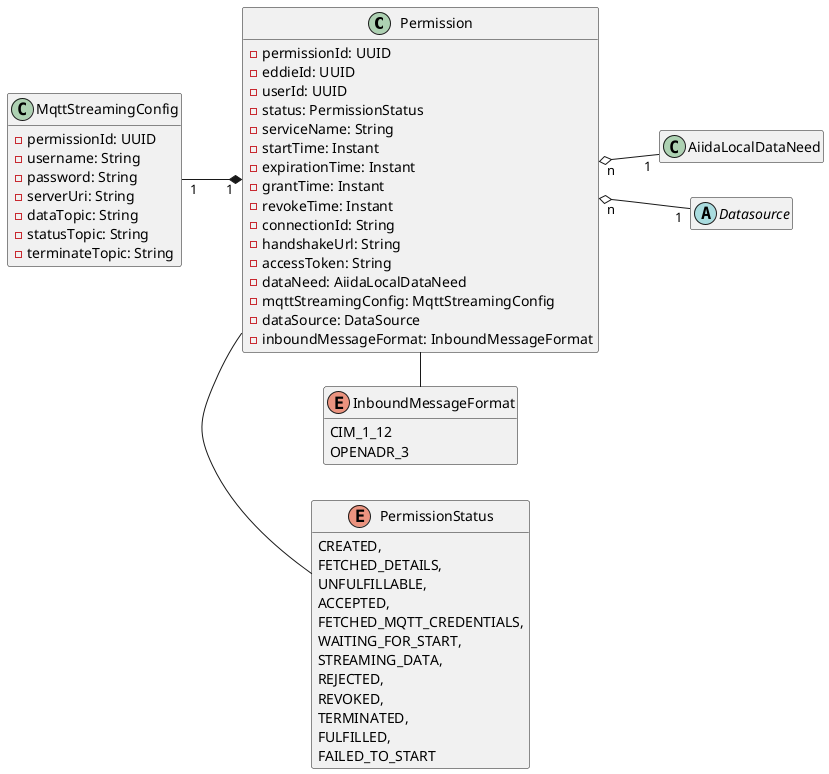
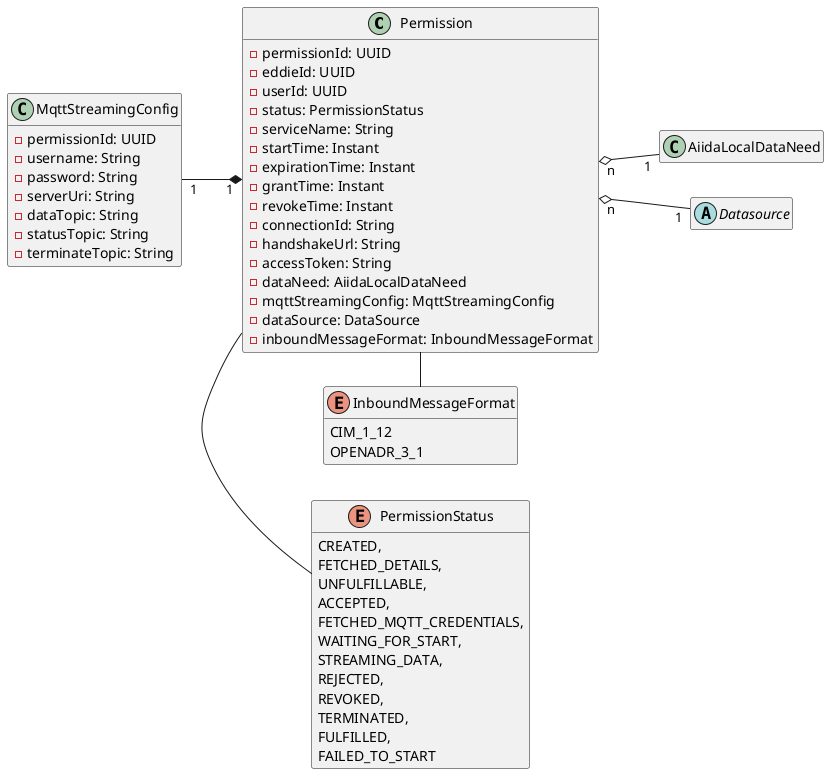
' SPDX-FileCopyrightText: 2025 The EDDIE Developers <eddie.developers@fh-hagenberg.at>
' SPDX-License-Identifier: Apache-2.0

@startuml
'https://plantuml.com/class-diagram

hide empty members
left to right direction

class Permission {
    - permissionId: UUID
    - eddieId: UUID
    - userId: UUID
    - status: PermissionStatus
    - serviceName: String
    - startTime: Instant
    - expirationTime: Instant
    - grantTime: Instant
    - revokeTime: Instant
    - connectionId: String
    - handshakeUrl: String
    - accessToken: String
    - dataNeed: AiidaLocalDataNeed
    - mqttStreamingConfig: MqttStreamingConfig
    - dataSource: DataSource
    - inboundMessageFormat: InboundMessageFormat
}

class AiidaLocalDataNeed {
}

abstract class Datasource {}

class MqttStreamingConfig {
    - permissionId: UUID
    - username: String
    - password: String
    - serverUri: String
    - dataTopic: String
    - statusTopic: String
    - terminateTopic: String
}

enum PermissionStatus {
    CREATED,
    FETCHED_DETAILS,
    UNFULFILLABLE,
    ACCEPTED,
    FETCHED_MQTT_CREDENTIALS,
    WAITING_FOR_START,
    STREAMING_DATA,
    REJECTED,
    REVOKED,
    TERMINATED,
    FULFILLED,
    FAILED_TO_START
}

enum InboundMessageFormat {
    CIM_1_12
-     OPENADR_3
+     OPENADR_3_1
}

Permission "n" o-- "1" AiidaLocalDataNeed
Permission - PermissionStatus
Permission - InboundMessageFormat
Permission "1" *-up- "1" MqttStreamingConfig
Permission "n" o-- "1" Datasource

@enduml